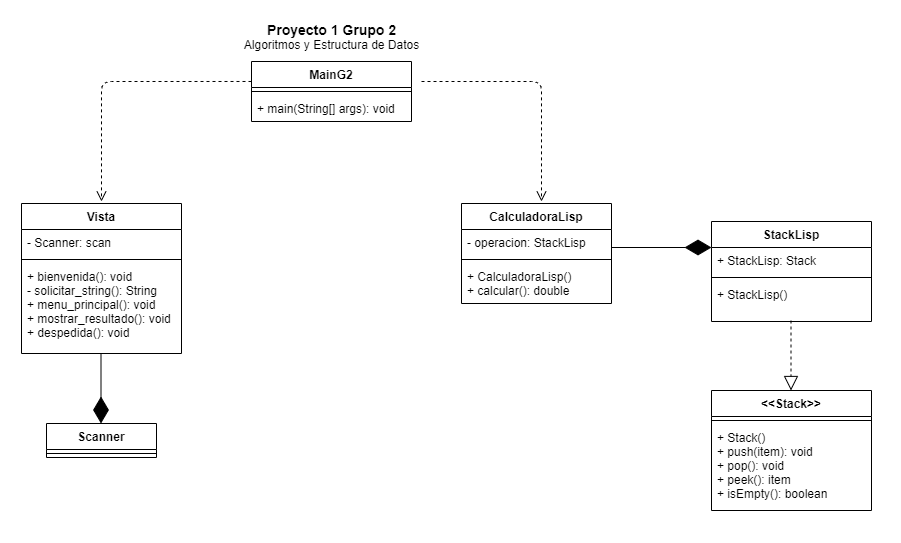
Above: UML.png in JDgomez2002/Proy1_G2 (draw.io), before the change. Source tidied: cells renumbered, new cells last; positions are measured from the earlier drawing's top-left corner, leaving out a move shared by most shapes. The source it was exported from:
```xml
<mxGraphModel>
  <root>
    <mxCell id="0" />
    <mxCell id="1" parent="0" />
    <mxCell id="2" value="MainG2" style="swimlane;fontStyle=1;align=center;verticalAlign=top;horizontal=1;startSize=26;" parent="1" vertex="1">
      <mxGeometry x="230" y="40" width="160" height="60" as="geometry" />
    </mxCell>
    <mxCell id="3" style="line;strokeWidth=1;fillColor=none;align=left;verticalAlign=middle;spacingTop=-1;spacingLeft=3;spacingRight=3;labelPosition=right;" parent="2" vertex="1">
      <mxGeometry y="26" width="160" height="8" as="geometry" />
    </mxCell>
    <mxCell id="4" value="+ main(String[] args): void" style="text;strokeColor=none;fillColor=none;align=left;verticalAlign=top;spacingLeft=4;spacingRight=4;overflow=hidden;" parent="2" vertex="1">
      <mxGeometry y="34" width="160" height="26" as="geometry" />
    </mxCell>
    <mxCell id="5" value="Vista" style="swimlane;fontStyle=1;align=center;verticalAlign=top;horizontal=1;startSize=26;" parent="1" vertex="1">
      <mxGeometry y="182" width="160" height="150" as="geometry" />
    </mxCell>
    <mxCell id="6" value="- Scanner: scan" style="text;strokeColor=none;fillColor=none;align=left;verticalAlign=top;spacingLeft=4;spacingRight=4;overflow=hidden;" parent="5" vertex="1">
      <mxGeometry y="26" width="160" height="26" as="geometry" />
    </mxCell>
    <mxCell id="7" style="line;strokeWidth=1;fillColor=none;align=left;verticalAlign=middle;spacingTop=-1;spacingLeft=3;spacingRight=3;labelPosition=right;" parent="5" vertex="1">
      <mxGeometry y="52" width="160" height="8" as="geometry" />
    </mxCell>
    <mxCell id="8" value="+ bienvenida(): void&#10;- solicitar_string(): String&#10;+ menu_principal(): void&#10;+ mostrar_resultado(): void&#10;+ despedida(): void" style="text;strokeColor=none;fillColor=none;align=left;verticalAlign=top;spacingLeft=4;spacingRight=4;overflow=hidden;" parent="5" vertex="1">
      <mxGeometry y="60" width="160" height="90" as="geometry" />
    </mxCell>
    <mxCell id="9" value="CalculadoraLisp" style="swimlane;fontStyle=1;align=center;verticalAlign=top;horizontal=1;startSize=26;" parent="1" vertex="1">
      <mxGeometry x="440" y="182" width="150" height="100" as="geometry" />
    </mxCell>
    <mxCell id="10" value="- operacion: StackLisp" style="text;strokeColor=none;fillColor=none;align=left;verticalAlign=top;spacingLeft=4;spacingRight=4;overflow=hidden;" parent="9" vertex="1">
      <mxGeometry y="26" width="150" height="26" as="geometry" />
    </mxCell>
    <mxCell id="11" style="line;strokeWidth=1;fillColor=none;align=left;verticalAlign=middle;spacingTop=-1;spacingLeft=3;spacingRight=3;labelPosition=right;" parent="9" vertex="1">
      <mxGeometry y="52" width="150" height="8" as="geometry" />
    </mxCell>
    <mxCell id="12" value="+ CalculadoraLisp()&#10;+ calcular(): double&#10;" style="text;strokeColor=none;fillColor=none;align=left;verticalAlign=top;spacingLeft=4;spacingRight=4;overflow=hidden;" parent="9" vertex="1">
      <mxGeometry y="60" width="150" height="40" as="geometry" />
    </mxCell>
    <mxCell id="13" style="html=1;verticalAlign=bottom;endArrow=open;dashed=1;endSize=8;exitX=0;exitY=0.333;exitDx=0;exitDy=0;exitPerimeter=0;" parent="1" edge="1" source="2">
      <mxGeometry relative="1" as="geometry">
        <mxPoint x="80" y="180" as="targetPoint" />
        <Array as="points">
          <mxPoint x="80" y="60" />
        </Array>
      </mxGeometry>
    </mxCell>
    <mxCell id="14" style="html=1;verticalAlign=bottom;endArrow=open;dashed=1;endSize=8;" parent="1" edge="1">
      <mxGeometry relative="1" as="geometry">
        <mxPoint x="400" y="60" as="sourcePoint" />
        <mxPoint x="520" y="180" as="targetPoint" />
        <Array as="points">
          <mxPoint x="520" y="60" />
        </Array>
      </mxGeometry>
    </mxCell>
    <mxCell id="15" style="group;" parent="1" vertex="1">
      <mxGeometry x="25" y="332" width="110" height="104" as="geometry" />
    </mxCell>
    <mxCell id="16" value="Scanner" style="swimlane;fontStyle=1;align=center;verticalAlign=top;horizontal=1;startSize=26;" parent="15" vertex="1">
      <mxGeometry y="70" width="110" height="34" as="geometry" />
    </mxCell>
    <mxCell id="17" style="line;strokeWidth=1;fillColor=none;align=left;verticalAlign=middle;spacingTop=-1;spacingLeft=3;spacingRight=3;labelPosition=right;" parent="16" vertex="1">
      <mxGeometry y="26" width="110" height="8" as="geometry" />
    </mxCell>
    <mxCell id="18" style="endArrow=diamondThin;endFill=1;endSize=24;html=1;" parent="15" edge="1">
      <mxGeometry relative="1" as="geometry">
        <mxPoint x="54.5" as="sourcePoint" />
        <mxPoint x="54.5" y="70" as="targetPoint" />
      </mxGeometry>
    </mxCell>
    <mxCell id="19" value="&lt;font style=&quot;font-size: 14px&quot;&gt;&lt;b&gt;Proyecto 1 Grupo 2&lt;/b&gt;&lt;/font&gt;&lt;br&gt;Algoritmos y Estructura de Datos" style="text;html=1;align=center;verticalAlign=middle;" parent="1" vertex="1">
      <mxGeometry x="215" width="190" height="30" as="geometry" />
    </mxCell>
    <mxCell id="20" style="group;" parent="1" vertex="1">
      <mxGeometry x="590" y="200" width="260" height="289" as="geometry" />
    </mxCell>
    <mxCell id="21" value="StackLisp" style="swimlane;fontStyle=1;align=center;verticalAlign=top;horizontal=1;startSize=26;" parent="20" vertex="1">
      <mxGeometry x="100" width="160" height="100" as="geometry" />
    </mxCell>
    <mxCell id="22" value="+ StackLisp: Stack" style="text;strokeColor=none;fillColor=none;align=left;verticalAlign=top;spacingLeft=4;spacingRight=4;overflow=hidden;" parent="21" vertex="1">
      <mxGeometry y="26" width="160" height="26" as="geometry" />
    </mxCell>
    <mxCell id="23" style="line;strokeWidth=1;fillColor=none;align=left;verticalAlign=middle;spacingTop=-1;spacingLeft=3;spacingRight=3;labelPosition=right;" parent="21" vertex="1">
      <mxGeometry y="52" width="160" height="8" as="geometry" />
    </mxCell>
    <mxCell id="24" value="+ StackLisp()" style="text;strokeColor=none;fillColor=none;align=left;verticalAlign=top;spacingLeft=4;spacingRight=4;overflow=hidden;" parent="21" vertex="1">
      <mxGeometry y="60" width="160" height="40" as="geometry" />
    </mxCell>
    <mxCell id="25" style="group;" parent="20" vertex="1">
      <mxGeometry x="100" y="99" width="160" height="190" as="geometry" />
    </mxCell>
    <mxCell id="26" value="&lt;&lt;Stack&gt;&gt;" style="swimlane;fontStyle=1;align=center;verticalAlign=top;horizontal=1;startSize=26;" parent="25" vertex="1">
      <mxGeometry y="70" width="160" height="120" as="geometry" />
    </mxCell>
    <mxCell id="27" style="line;strokeWidth=1;fillColor=none;align=left;verticalAlign=middle;spacingTop=-1;spacingLeft=3;spacingRight=3;labelPosition=right;" parent="26" vertex="1">
      <mxGeometry y="26" width="160" height="8" as="geometry" />
    </mxCell>
    <mxCell id="28" value="+ Stack()&#10;+ push(item): void&#10;+ pop(): void&#10;+ peek(): item&#10;+ isEmpty(): boolean" style="text;strokeColor=none;fillColor=none;align=left;verticalAlign=top;spacingLeft=4;spacingRight=4;overflow=hidden;" parent="26" vertex="1">
      <mxGeometry y="34" width="160" height="86" as="geometry" />
    </mxCell>
    <mxCell id="29" style="endArrow=block;dashed=1;endFill=0;endSize=12;html=1;" parent="25" edge="1">
      <mxGeometry relative="1" as="geometry">
        <mxPoint x="79.5" as="sourcePoint" />
        <mxPoint x="79.5" y="70" as="targetPoint" />
      </mxGeometry>
    </mxCell>
    <mxCell id="30" style="endArrow=diamondThin;endFill=1;endSize=24;html=1;" parent="20" edge="1">
      <mxGeometry relative="1" as="geometry">
        <mxPoint y="26" as="sourcePoint" />
        <mxPoint x="100" y="26" as="targetPoint" />
      </mxGeometry>
    </mxCell>
  </root>
</mxGraphModel>
```
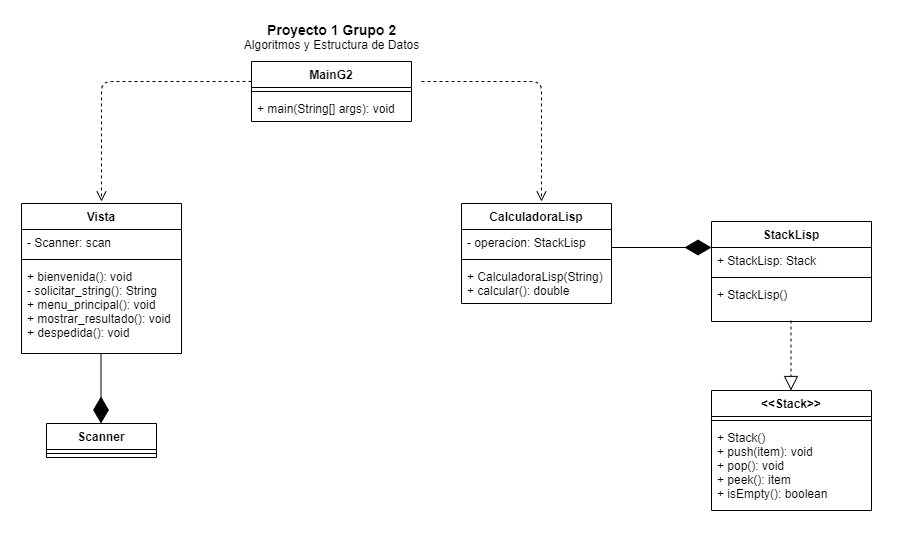
Above is the later version.

Diff of the diagram source:
```diff
@@ -32,7 +32,7 @@
     <mxCell id="11" style="line;strokeWidth=1;fillColor=none;align=left;verticalAlign=middle;spacingTop=-1;spacingLeft=3;spacingRight=3;labelPosition=right;" parent="9" vertex="1">
       <mxGeometry y="52" width="150" height="8" as="geometry" />
     </mxCell>
-    <mxCell id="12" value="+ CalculadoraLisp()&#10;+ calcular(): double&#10;" style="text;strokeColor=none;fillColor=none;align=left;verticalAlign=top;spacingLeft=4;spacingRight=4;overflow=hidden;" parent="9" vertex="1">
+    <mxCell id="12" value="+ CalculadoraLisp(String)&#10;+ calcular(): double&#10;" style="text;strokeColor=none;fillColor=none;align=left;verticalAlign=top;spacingLeft=4;spacingRight=4;overflow=hidden;" parent="9" vertex="1">
       <mxGeometry y="60" width="150" height="40" as="geometry" />
     </mxCell>
     <mxCell id="13" style="html=1;verticalAlign=bottom;endArrow=open;dashed=1;endSize=8;exitX=0;exitY=0.333;exitDx=0;exitDy=0;exitPerimeter=0;" parent="1" edge="1" source="2">
```
